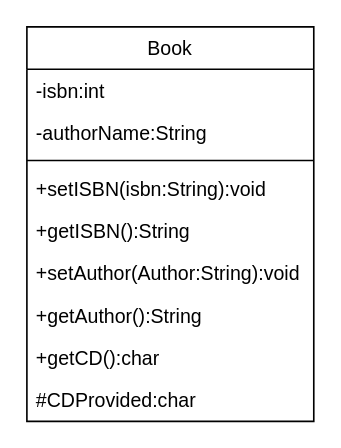
This is Exercise2ClassDiagram.drawio from aiin-syafikah/Week-2, a draw.io file, before an edit. Source tidied: cells renumbered, new cells numbered last; positions are measured from the earlier drawing's top-left corner, leaving out a move shared by most shapes. Both pictures are drawn from the tidied source at 163%, with x=0, y=0 at pixel (26, 26).
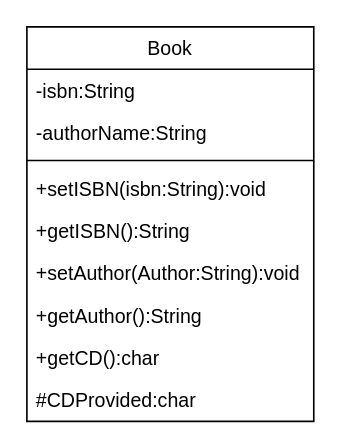
After the change.

Change to the diagram source:
```diff
@@
 <mxGraphModel>
   <root>
     <mxCell id="0" />
     <mxCell id="1" parent="0" />
     <mxCell id="2" value="Book" style="swimlane;fontStyle=0;align=center;verticalAlign=top;horizontal=1;startSize=26;rounded=0;shadow=0;strokeWidth=1;" parent="1" vertex="1">
       <mxGeometry width="176" height="242" as="geometry" />
     </mxCell>
-    <mxCell id="3" value="-isbn:int" style="text;align=left;verticalAlign=top;spacingLeft=4;spacingRight=4;overflow=hidden;" parent="2" vertex="1">
+    <mxCell id="3" value="-isbn:String" style="text;align=left;verticalAlign=top;spacingLeft=4;spacingRight=4;overflow=hidden;" parent="2" vertex="1">
       <mxGeometry y="26" width="176" height="26" as="geometry" />
     </mxCell>
     <mxCell id="4" value="-authorName:String" style="text;align=left;verticalAlign=top;spacingLeft=4;spacingRight=4;overflow=hidden;rounded=0;shadow=0;html=0;" parent="2" vertex="1">
       <mxGeometry y="52" width="176" height="26" as="geometry" />
     </mxCell>
     <mxCell id="5" style="line;html=1;strokeWidth=1;align=left;verticalAlign=middle;spacingTop=-1;spacingLeft=3;spacingRight=3;labelPosition=right;" parent="2" vertex="1">
       <mxGeometry y="78" width="176" height="8" as="geometry" />
     </mxCell>
     <mxCell id="6" value="+setISBN(isbn:String):void" style="text;align=left;verticalAlign=top;spacingLeft=4;spacingRight=4;overflow=hidden;rounded=0;shadow=0;html=0;" parent="2" vertex="1">
       <mxGeometry y="86" width="176" height="26" as="geometry" />
     </mxCell>
     <mxCell id="7" value="+getISBN():String" style="text;align=left;verticalAlign=top;spacingLeft=4;spacingRight=4;overflow=hidden;" parent="2" vertex="1">
       <mxGeometry y="112" width="176" height="26" as="geometry" />
     </mxCell>
     <mxCell id="8" value="+setAuthor(Author:String):void" style="text;align=left;verticalAlign=top;spacingLeft=4;spacingRight=4;overflow=hidden;" parent="2" vertex="1">
       <mxGeometry y="138" width="176" height="26" as="geometry" />
     </mxCell>
     <mxCell id="9" value="+getAuthor():String" style="text;align=left;verticalAlign=top;spacingLeft=4;spacingRight=4;overflow=hidden;" parent="2" vertex="1">
       <mxGeometry y="164" width="176" height="26" as="geometry" />
     </mxCell>
     <mxCell id="10" value="+getCD():char" style="text;align=left;verticalAlign=top;spacingLeft=4;spacingRight=4;overflow=hidden;" parent="2" vertex="1">
       <mxGeometry y="190" width="176" height="26" as="geometry" />
     </mxCell>
     <mxCell id="11" value="#CDProvided:char" style="text;align=left;verticalAlign=top;spacingLeft=4;spacingRight=4;overflow=hidden;" parent="2" vertex="1">
       <mxGeometry y="216" width="176" height="26" as="geometry" />
     </mxCell>
   </root>
 </mxGraphModel>
```
